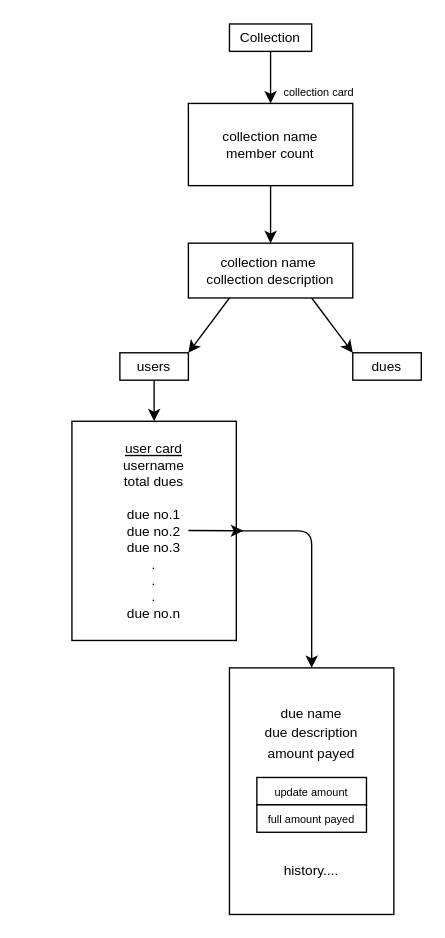
This is Duem.drawio from ImSreyas/Duem, a draw.io file, before an edit. Source tidied: cells renumbered, new cells numbered last; positions are measured from the earlier drawing's top-left corner, leaving out a move shared by most shapes. Both pictures are drawn from the tidied source at 137%, with x=0, y=0 at pixel (71, 23).
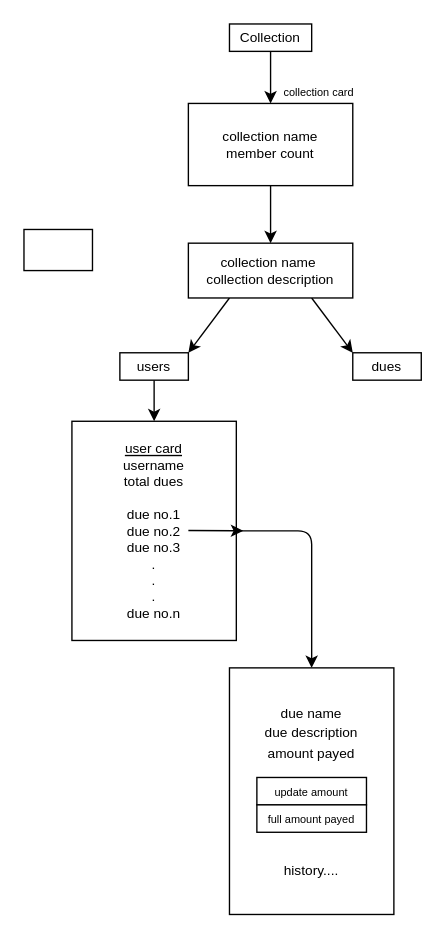
The same page after the edit.

What changed in the source:
```diff
@@
+    <mxCell id="19" style="whiteSpace=wrap;html=1;" parent="1" vertex="1">
+      <mxGeometry x="-35" y="150" width="50" height="30" as="geometry" />
+    </mxCell>
```
